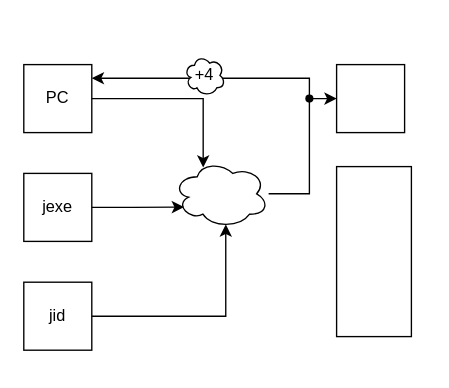
Earlier version of the draw.io diagram docs/pc.drawio (IlyaManishin/riscv_pipeline_model). Source tidied: cells renumbered, new cells numbered last; positions are measured from the earlier drawing's top-left corner, leaving out a move shared by most shapes. Both pictures are drawn from the tidied source at 136%, with x=0, y=0 at pixel (23, 54).
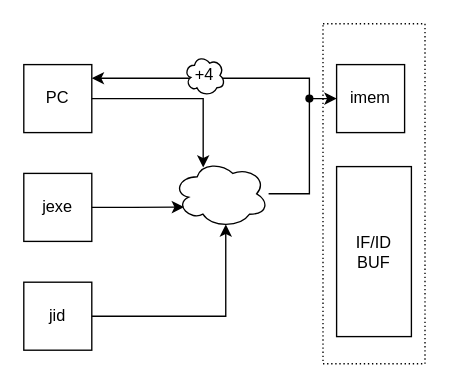
Above is the later version.

Change to the diagram source:
```diff
@@
 <mxGraphModel>
   <root>
     <mxCell id="0" />
     <mxCell id="1" parent="0" />
+    <mxCell id="15" style="rounded=0;whiteSpace=wrap;html=1;dashed=1;dashPattern=1 2;" parent="1" vertex="1">
+      <mxGeometry x="220" y="-23" width="75" height="250" as="geometry" />
+    </mxCell>
     <mxCell id="2" value="PC" style="rounded=0;whiteSpace=wrap;html=1;" parent="1" vertex="1">
       <mxGeometry y="7" width="50" height="50" as="geometry" />
     </mxCell>
     <mxCell id="3" value="jexe" style="rounded=0;whiteSpace=wrap;html=1;" parent="1" vertex="1">
       <mxGeometry y="87" width="50" height="50" as="geometry" />
     </mxCell>
     <mxCell id="4" value="jid" style="rounded=0;whiteSpace=wrap;html=1;" parent="1" vertex="1">
       <mxGeometry y="167" width="50" height="50" as="geometry" />
     </mxCell>
-    <mxCell id="5" style="whiteSpace=wrap;html=1;" parent="1" vertex="1">
+    <mxCell id="5" value="imem" style="whiteSpace=wrap;html=1;" parent="1" vertex="1">
       <mxGeometry x="230" y="7" width="50" height="50" as="geometry" />
     </mxCell>
-    <mxCell id="6" style="rounded=0;whiteSpace=wrap;html=1;" parent="1" vertex="1">
+    <mxCell id="6" value="IF/ID&lt;div&gt;BUF&lt;/div&gt;" style="rounded=0;whiteSpace=wrap;html=1;" parent="1" vertex="1">
       <mxGeometry x="230" y="82" width="55" height="125" as="geometry" />
     </mxCell>
     <mxCell id="7" style="edgeStyle=orthogonalEdgeStyle;rounded=0;jettySize=auto;html=1;entryX=0;entryY=0.5;entryDx=0;entryDy=0;" parent="1" edge="1" source="8" target="5">
       <mxGeometry relative="1" as="geometry">
         <Array as="points">
           <mxPoint x="210" y="102" />
           <mxPoint x="210" y="32" />
         </Array>
       </mxGeometry>
     </mxCell>
     <mxCell id="8" style="ellipse;shape=cloud;whiteSpace=wrap;html=1;" parent="1" vertex="1">
       <mxGeometry x="110" y="77" width="70" height="50" as="geometry" />
     </mxCell>
     <mxCell id="9" style="edgeStyle=orthogonalEdgeStyle;rounded=0;jettySize=auto;html=1;entryX=0.55;entryY=0.95;entryDx=0;entryDy=0;entryPerimeter=0;" parent="1" edge="1" source="4" target="8">
       <mxGeometry relative="1" as="geometry" />
     </mxCell>
     <mxCell id="10" style="edgeStyle=orthogonalEdgeStyle;rounded=0;jettySize=auto;html=1;entryX=0.111;entryY=0.695;entryDx=0;entryDy=0;entryPerimeter=0;" parent="1" edge="1" source="3" target="8">
       <mxGeometry relative="1" as="geometry" />
     </mxCell>
     <mxCell id="11" style="edgeStyle=orthogonalEdgeStyle;rounded=0;jettySize=auto;html=1;entryX=0.313;entryY=0.114;entryDx=0;entryDy=0;entryPerimeter=0;" parent="1" edge="1" source="2" target="8">
       <mxGeometry relative="1" as="geometry" />
     </mxCell>
     <mxCell id="12" style="edgeStyle=orthogonalEdgeStyle;rounded=0;jettySize=auto;html=1;" parent="1" edge="1" source="13">
       <mxGeometry relative="1" as="geometry">
         <mxPoint x="50" y="17" as="targetPoint" />
         <Array as="points">
           <mxPoint x="210" y="17" />
           <mxPoint x="50" y="17" />
         </Array>
       </mxGeometry>
     </mxCell>
     <mxCell id="13" style="shape=waypoint;sketch=0;fillStyle=solid;size=6;points=[];fillColor=none;perimeter=centerPerimeter;snapToPoint=1;" parent="1" vertex="1">
       <mxGeometry x="200" y="22" width="20" height="20" as="geometry" />
     </mxCell>
     <mxCell id="14" value="+4" style="ellipse;shape=cloud;whiteSpace=wrap;html=1;" parent="1" vertex="1">
       <mxGeometry x="118" width="30" height="30" as="geometry" />
     </mxCell>
   </root>
 </mxGraphModel>
```
